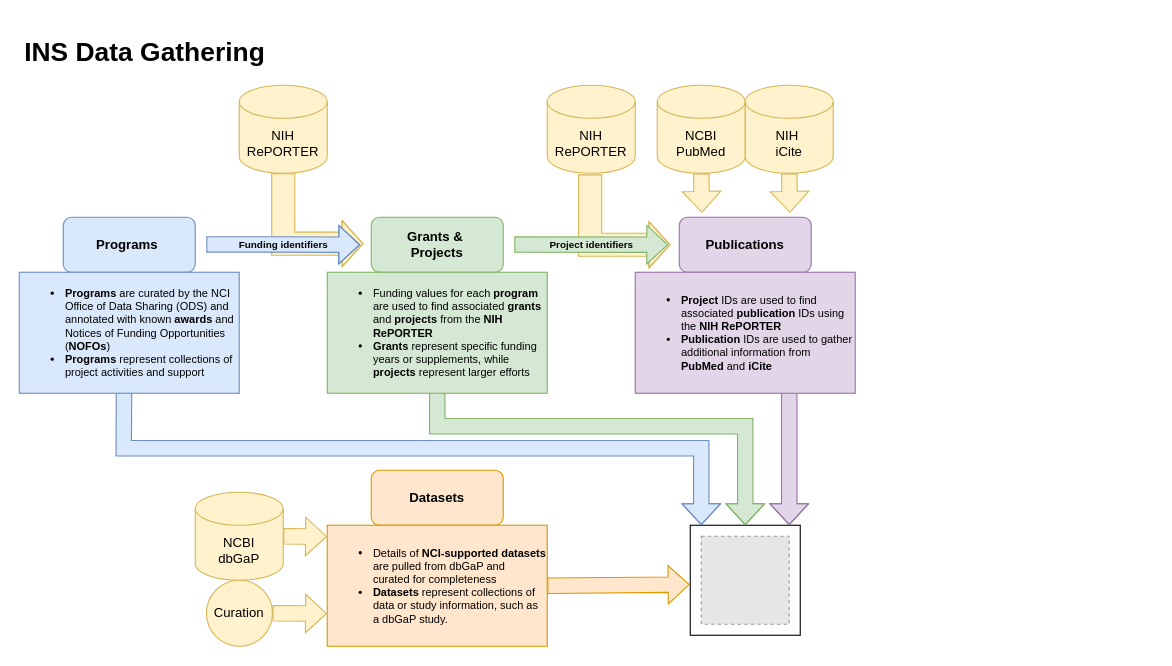
This is images/ins-data-gathering-simple.drawio from CBIIT/INS-Data, a draw.io file, before an edit. Source tidied: cells renumbered, new cells numbered last; positions are measured from the earlier drawing's top-left corner, leaving out a move shared by most shapes. Both pictures are drawn from the tidied source at 110%, with x=0, y=0 at pixel (19, 30). Pictures stored in the file or linked from it are replaced by grey dashed boxes.
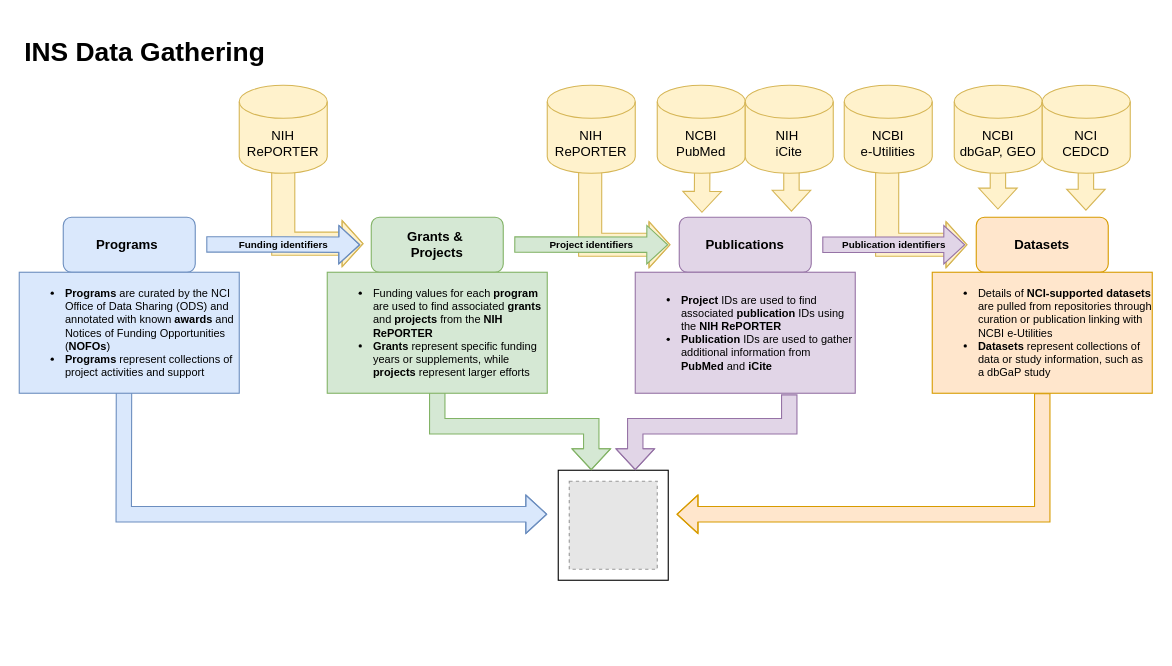
Above is the later version.

Commit message (it also covers changes not shown here):
INS-1403: Update readme diagrams

The change refers to these unchanged cells:
```xml
<mxCell id="6" value="NIH RePORTER" style="shape=cylinder3;whiteSpace=wrap;html=1;boundedLbl=1;backgroundOutline=1;size=15;fillColor=#fff2cc;strokeColor=#d6b656;" parent="1" vertex="1">
  <mxGeometry x="200" y="50" width="80" height="80" as="geometry" />
</mxCell>
<mxCell id="8" value="NIH RePORTER" style="shape=cylinder3;whiteSpace=wrap;html=1;boundedLbl=1;backgroundOutline=1;size=15;fillColor=#fff2cc;strokeColor=#d6b656;" parent="1" vertex="1">
  <mxGeometry x="480" y="50" width="80" height="80" as="geometry" />
</mxCell>
<mxCell id="10" value="Publications" style="rounded=1;whiteSpace=wrap;html=1;fontStyle=1;fillColor=#e1d5e7;strokeColor=#9673a6;" parent="1" vertex="1">
  <mxGeometry x="600" y="170" width="120" height="50" as="geometry" />
</mxCell>
<mxCell id="11" value="NCBI&lt;div&gt;PubMed&lt;/div&gt;" style="shape=cylinder3;whiteSpace=wrap;html=1;boundedLbl=1;backgroundOutline=1;size=15;fillColor=#fff2cc;strokeColor=#d6b656;" parent="1" vertex="1">
  <mxGeometry x="580" y="50" width="80" height="80" as="geometry" />
</mxCell>
<mxCell id="12" value="NIH&amp;nbsp;&lt;div&gt;iCite&lt;/div&gt;" style="shape=cylinder3;whiteSpace=wrap;html=1;boundedLbl=1;backgroundOutline=1;size=15;fillColor=#fff2cc;strokeColor=#d6b656;" parent="1" vertex="1">
  <mxGeometry x="660" y="50" width="80" height="80" as="geometry" />
</mxCell>
<mxCell id="29" value="&lt;ul style=&quot;font-size: 10px;&quot;&gt;&lt;li style=&quot;font-size: 10px;&quot;&gt;&lt;b&gt;Programs&lt;/b&gt;&amp;nbsp;are curated by the NCI Office of Data Sharing (ODS) and annotated with known &lt;b style=&quot;background-color: initial;&quot;&gt;awards &lt;/b&gt;&lt;span style=&quot;background-color: initial;&quot;&gt;and Notices of Funding Opportunities (&lt;/span&gt;&lt;b style=&quot;background-color: initial;&quot;&gt;NOFOs&lt;/b&gt;&lt;span style=&quot;background-color: initial;&quot;&gt;)&lt;/span&gt;&lt;/li&gt;&lt;li style=&quot;font-size: 10px;&quot;&gt;&lt;b&gt;Programs &lt;/b&gt;represent collections of project activities and support&lt;/li&gt;&lt;/ul&gt;" style="rounded=0;whiteSpace=wrap;html=1;align=left;fontSize=10;fillColor=#dae8fc;strokeColor=#6c8ebf;" parent="1" vertex="1">
  <mxGeometry y="220" width="200" height="110" as="geometry" />
</mxCell>
```

The edit, as a diff of the source:
```diff
@@
+    <mxCell id="31" style="shape=flexArrow;endArrow=classic;html=1;rounded=0;width=14;fillColor=#fff2cc;strokeColor=#d6b656;entryX=0.172;entryY=-0.08;entryDx=0;entryDy=0;entryPerimeter=0;" parent="1" edge="1">
+      <mxGeometry relative="1" as="geometry">
+        <mxPoint x="969.7" y="102" as="sourcePoint" />
+        <mxPoint x="969.7" y="164" as="targetPoint" />
+      </mxGeometry>
+    </mxCell>
+    <mxCell id="32" style="shape=flexArrow;endArrow=classic;html=1;rounded=0;width=14;fillColor=#fff2cc;strokeColor=#d6b656;entryX=0.172;entryY=-0.08;entryDx=0;entryDy=0;entryPerimeter=0;" parent="1" edge="1">
+      <mxGeometry relative="1" as="geometry">
+        <mxPoint x="889.7" y="101" as="sourcePoint" />
+        <mxPoint x="889.7" y="163" as="targetPoint" />
+      </mxGeometry>
+    </mxCell>
+    <mxCell id="14" style="shape=flexArrow;endArrow=classic;html=1;rounded=0;width=14;fillColor=#fff2cc;strokeColor=#d6b656;exitX=0.509;exitY=0.625;exitDx=0;exitDy=0;exitPerimeter=0;entryX=0.839;entryY=-0.08;entryDx=0;entryDy=0;entryPerimeter=0;" parent="1" edge="1">
+      <mxGeometry relative="1" as="geometry">
+        <mxPoint x="702" y="99" as="sourcePoint" />
+        <mxPoint x="702" y="165" as="targetPoint" />
+      </mxGeometry>
+    </mxCell>
-    <mxCell id="2" style="shape=flexArrow;endArrow=classic;html=1;rounded=0;width=21;fillColor=#fff2cc;strokeColor=#d6b656;exitX=0.5;exitY=1;exitDx=0;exitDy=0;exitPerimeter=0;" parent="1" edge="1">
+    <mxCell id="2" style="shape=flexArrow;endArrow=classic;html=1;rounded=0;width=21;fillColor=#fff2cc;strokeColor=#d6b656;exitX=0.488;exitY=0.525;exitDx=0;exitDy=0;exitPerimeter=0;" parent="1" edge="1" source="8">
       <mxGeometry relative="1" as="geometry">
-        <mxPoint x="519" y="131" as="sourcePoint" />
         <mxPoint x="592" y="195" as="targetPoint" />
         <Array as="points">
           <mxPoint x="519" y="195" />
         </Array>
       </mxGeometry>
     </mxCell>
-    <mxCell id="3" style="shape=flexArrow;endArrow=classic;html=1;rounded=0;width=21;fillColor=#fff2cc;strokeColor=#d6b656;exitX=0.5;exitY=1;exitDx=0;exitDy=0;exitPerimeter=0;" parent="1" edge="1" source="6">
+    <mxCell id="3" style="shape=flexArrow;endArrow=classic;html=1;rounded=0;width=21;fillColor=#fff2cc;strokeColor=#d6b656;exitX=0.5;exitY=0.6;exitDx=0;exitDy=0;exitPerimeter=0;" parent="1" edge="1" source="6">
       <mxGeometry relative="1" as="geometry">
         <mxPoint x="313" y="194" as="targetPoint" />
         <Array as="points">
           <mxPoint x="240" y="194" />
         </Array>
       </mxGeometry>
     </mxCell>
@@
+    <mxCell id="13" style="shape=flexArrow;endArrow=classic;html=1;rounded=0;width=14;fillColor=#fff2cc;strokeColor=#d6b656;entryX=0.172;entryY=-0.08;entryDx=0;entryDy=0;entryPerimeter=0;" parent="1" edge="1" target="10">
+      <mxGeometry relative="1" as="geometry">
+        <mxPoint x="621" y="104" as="sourcePoint" />
+      </mxGeometry>
+    </mxCell>
@@
-    <mxCell id="13" style="shape=flexArrow;endArrow=classic;html=1;rounded=0;width=14;fillColor=#fff2cc;strokeColor=#d6b656;exitX=0.5;exitY=1;exitDx=0;exitDy=0;exitPerimeter=0;entryX=0.172;entryY=-0.08;entryDx=0;entryDy=0;entryPerimeter=0;" parent="1" edge="1" source="11" target="10">
-      <mxGeometry relative="1" as="geometry" />
-    </mxCell>
-    <mxCell id="14" style="shape=flexArrow;endArrow=classic;html=1;rounded=0;width=14;fillColor=#fff2cc;strokeColor=#d6b656;exitX=0.5;exitY=1;exitDx=0;exitDy=0;exitPerimeter=0;entryX=0.839;entryY=-0.08;entryDx=0;entryDy=0;entryPerimeter=0;" parent="1" edge="1" source="12" target="10">
-      <mxGeometry relative="1" as="geometry" />
-    </mxCell>
@@
     <mxCell id="16" value="&lt;b&gt;Datasets&lt;/b&gt;" style="rounded=1;whiteSpace=wrap;html=1;fillColor=#ffe6cc;strokeColor=#d79b00;" parent="1" vertex="1">
-      <mxGeometry x="320" y="400" width="120" height="50" as="geometry" />
+      <mxGeometry x="870" y="170" width="120" height="50" as="geometry" />
     </mxCell>
-    <mxCell id="17" value="&lt;ul style=&quot;font-size: 10px;&quot;&gt;&lt;li style=&quot;font-size: 10px;&quot;&gt;Details of&amp;nbsp;&lt;b&gt;NCI-supported datasets &lt;/b&gt;are&amp;nbsp;pulled from dbGaP and curated&lt;span style=&quot;background-color: initial;&quot;&gt;&amp;nbsp;for completeness&lt;/span&gt;&lt;/li&gt;&lt;li style=&quot;font-size: 10px;&quot;&gt;&lt;b&gt;Datasets&lt;/b&gt;&amp;nbsp;represent collections of data or study information, such as a dbGaP study.&lt;/li&gt;&lt;/ul&gt;" style="rounded=0;whiteSpace=wrap;html=1;align=left;fontSize=10;fillColor=#ffe6cc;strokeColor=#d79b00;" parent="1" vertex="1">
-      <mxGeometry x="280" y="450" width="200" height="110" as="geometry" />
+    <mxCell id="17" value="&lt;ul style=&quot;font-size: 10px;&quot;&gt;&lt;li style=&quot;font-size: 10px;&quot;&gt;Details of&amp;nbsp;&lt;b&gt;NCI-supported datasets &lt;/b&gt;are&amp;nbsp;pulled from repositories through curation or publication linking with NCBI e-Utilities&lt;/li&gt;&lt;li style=&quot;font-size: 10px;&quot;&gt;&lt;b&gt;Datasets&lt;/b&gt;&amp;nbsp;represent collections of data or study information, such as a dbGaP study&lt;/li&gt;&lt;/ul&gt;" style="rounded=0;whiteSpace=wrap;html=1;align=left;fontSize=10;fillColor=#ffe6cc;strokeColor=#d79b00;" parent="1" vertex="1">
+      <mxGeometry x="830" y="220" width="200" height="110" as="geometry" />
     </mxCell>
-    <mxCell id="18" value="NCBI&lt;div&gt;dbGaP&lt;/div&gt;" style="shape=cylinder3;whiteSpace=wrap;html=1;boundedLbl=1;backgroundOutline=1;size=15;fillColor=#fff2cc;strokeColor=#d6b656;" parent="1" vertex="1">
-      <mxGeometry x="160" y="420" width="80" height="80" as="geometry" />
+    <mxCell id="18" value="NCBI&lt;div&gt;dbGaP, GEO&lt;/div&gt;" style="shape=cylinder3;whiteSpace=wrap;html=1;boundedLbl=1;backgroundOutline=1;size=15;fillColor=#fff2cc;strokeColor=#d6b656;" parent="1" vertex="1">
+      <mxGeometry x="850" y="50" width="80" height="80" as="geometry" />
     </mxCell>
-    <mxCell id="19" style="shape=flexArrow;endArrow=classic;html=1;rounded=0;width=14;fillColor=#fff2cc;strokeColor=#d6b656;exitX=1;exitY=0.5;exitDx=0;exitDy=0;exitPerimeter=0;entryX=-0.001;entryY=0.313;entryDx=0;entryDy=0;entryPerimeter=0;" parent="1" edge="1" source="18">
-      <mxGeometry relative="1" as="geometry">
-        <mxPoint x="279.8" y="460.4" as="targetPoint" />
-      </mxGeometry>
-    </mxCell>
-    <mxCell id="20" value="Curation" style="shape=ellipse;whiteSpace=wrap;html=1;boundedLbl=1;backgroundOutline=1;size=15;fillColor=#fff2cc;strokeColor=#d6b656;perimeter=ellipsePerimeter;" parent="1" vertex="1">
-      <mxGeometry x="170.2" y="500" width="60" height="60" as="geometry" />
-    </mxCell>
-    <mxCell id="21" style="shape=flexArrow;endArrow=classic;html=1;rounded=0;width=14;fillColor=#fff2cc;strokeColor=#d6b656;exitX=1;exitY=0.5;exitDx=0;exitDy=0;exitPerimeter=0;entryX=-0.001;entryY=0.313;entryDx=0;entryDy=0;entryPerimeter=0;" parent="1" edge="1" source="20">
-      <mxGeometry relative="1" as="geometry">
-        <mxPoint x="279.8" y="530.4" as="targetPoint" />
-      </mxGeometry>
-    </mxCell>
     <mxCell id="22" style="rounded=0;whiteSpace=wrap;html=1;" parent="1" vertex="1">
-      <mxGeometry x="610" y="450" width="100" height="100" as="geometry" />
+      <mxGeometry x="490" y="400" width="100" height="100" as="geometry" />
     </mxCell>
     <mxCell id="23" style="fillColor=#E6E6E6;strokeColor=#999999;dashed=1;verticalLabelPosition=bottom;labelBackgroundColor=default;verticalAlign=top;" parent="1" vertex="1">
-      <mxGeometry x="620" y="460" width="80" height="80" as="geometry" />
+      <mxGeometry x="500" y="410" width="80" height="80" as="geometry" />
     </mxCell>
-    <mxCell id="24" style="shape=flexArrow;endArrow=classic;html=1;rounded=0;fontStyle=1;fontSize=9;width=14;fillColor=#dae8fc;strokeColor=#6c8ebf;labelBackgroundColor=none;exitX=0.476;exitY=0.97;exitDx=0;exitDy=0;exitPerimeter=0;entryX=0.1;entryY=0;entryDx=0;entryDy=0;entryPerimeter=0;" parent="1" edge="1" source="29" target="22">
+    <mxCell id="24" style="shape=flexArrow;endArrow=classic;html=1;rounded=0;fontStyle=1;fontSize=9;width=14;fillColor=#dae8fc;strokeColor=#6c8ebf;labelBackgroundColor=none;exitX=0.476;exitY=0.97;exitDx=0;exitDy=0;exitPerimeter=0;" parent="1" edge="1" source="29">
       <mxGeometry relative="1" as="geometry">
+        <mxPoint x="480" y="440" as="targetPoint" />
         <Array as="points">
-          <mxPoint x="95" y="380" />
-          <mxPoint x="620" y="380" />
+          <mxPoint x="95" y="440" />
         </Array>
       </mxGeometry>
     </mxCell>
-    <mxCell id="25" style="shape=flexArrow;endArrow=classic;html=1;rounded=0;fontStyle=1;fontSize=9;width=14;fillColor=#d5e8d4;strokeColor=#82b366;labelBackgroundColor=none;exitX=0.476;exitY=0.97;exitDx=0;exitDy=0;exitPerimeter=0;entryX=0.5;entryY=0;entryDx=0;entryDy=0;" parent="1" edge="1" target="22">
+    <mxCell id="25" style="shape=flexArrow;endArrow=classic;html=1;rounded=0;fontStyle=1;fontSize=9;width=14;fillColor=#d5e8d4;strokeColor=#82b366;labelBackgroundColor=none;exitX=0.476;exitY=0.97;exitDx=0;exitDy=0;exitPerimeter=0;" parent="1" edge="1">
       <mxGeometry relative="1" as="geometry">
         <mxPoint x="380" y="327" as="sourcePoint" />
+        <mxPoint x="520" y="400" as="targetPoint" />
         <Array as="points">
           <mxPoint x="380" y="360" />
-          <mxPoint x="660" y="360" />
+          <mxPoint x="520" y="360" />
         </Array>
       </mxGeometry>
     </mxCell>
-    <mxCell id="26" style="shape=flexArrow;endArrow=classic;html=1;rounded=0;fontStyle=1;fontSize=9;width=14;fillColor=#e1d5e7;strokeColor=#9673a6;labelBackgroundColor=none;entryX=0.5;entryY=0;entryDx=0;entryDy=0;" parent="1" edge="1">
+    <mxCell id="26" style="shape=flexArrow;endArrow=classic;html=1;rounded=0;fontStyle=1;fontSize=9;width=14;fillColor=#e1d5e7;strokeColor=#9673a6;labelBackgroundColor=none;" parent="1" edge="1">
       <mxGeometry relative="1" as="geometry">
-        <mxPoint x="700" y="328" as="sourcePoint" />
-        <mxPoint x="700" y="450" as="targetPoint" />
+        <mxPoint x="700" y="331" as="sourcePoint" />
+        <mxPoint x="560" y="400" as="targetPoint" />
         <Array as="points">
-          <mxPoint x="700" y="370" />
+          <mxPoint x="700" y="360" />
+          <mxPoint x="560" y="360" />
         </Array>
       </mxGeometry>
     </mxCell>
@@
-    <mxCell id="30" style="shape=flexArrow;endArrow=classic;html=1;rounded=0;fontStyle=1;fontSize=9;width=14;fillColor=#ffe6cc;strokeColor=#d79b00;labelBackgroundColor=none;entryX=-0.006;entryY=0.539;entryDx=0;entryDy=0;exitX=1;exitY=0.5;exitDx=0;exitDy=0;entryPerimeter=0;" parent="1" edge="1" source="17" target="22">
-      <mxGeometry relative="1" as="geometry" />
-    </mxCell>
+    <mxCell id="33" style="shape=flexArrow;endArrow=classic;html=1;rounded=0;width=21;fillColor=#fff2cc;strokeColor=#d6b656;exitX=0.488;exitY=0.625;exitDx=0;exitDy=0;exitPerimeter=0;" parent="1" edge="1" source="34">
+      <mxGeometry relative="1" as="geometry">
+        <mxPoint x="862" y="195" as="targetPoint" />
+        <Array as="points">
+          <mxPoint x="789" y="195" />
+        </Array>
+      </mxGeometry>
+    </mxCell>
+    <mxCell id="34" value="NCBI&lt;div&gt;e-Utilities&lt;/div&gt;" style="shape=cylinder3;whiteSpace=wrap;html=1;boundedLbl=1;backgroundOutline=1;size=15;fillColor=#fff2cc;strokeColor=#d6b656;" parent="1" vertex="1">
+      <mxGeometry x="750" y="50" width="80" height="80" as="geometry" />
+    </mxCell>
+    <mxCell id="35" value="Publication identifiers" style="shape=flexArrow;endArrow=classic;html=1;rounded=0;fontStyle=1;fontSize=9;width=14;fillColor=#e1d5e7;strokeColor=#9673a6;labelBackgroundColor=none;" parent="1" edge="1">
+      <mxGeometry relative="1" as="geometry">
+        <mxPoint x="730" y="195" as="sourcePoint" />
+        <mxPoint x="860" y="195" as="targetPoint" />
+      </mxGeometry>
+    </mxCell>
+    <mxCell id="36" value="NCI&lt;div&gt;CEDCD&lt;/div&gt;" style="shape=cylinder3;whiteSpace=wrap;html=1;boundedLbl=1;backgroundOutline=1;size=15;fillColor=#fff2cc;strokeColor=#d6b656;" parent="1" vertex="1">
+      <mxGeometry x="930" y="50" width="80" height="80" as="geometry" />
+    </mxCell>
+    <mxCell id="37" style="shape=flexArrow;endArrow=classic;html=1;rounded=0;fontStyle=1;fontSize=9;width=14;fillColor=#ffe6cc;strokeColor=#d79b00;labelBackgroundColor=none;exitX=0.5;exitY=1;exitDx=0;exitDy=0;" parent="1" edge="1" source="17">
+      <mxGeometry relative="1" as="geometry">
+        <mxPoint x="597.5" y="440" as="targetPoint" />
+        <Array as="points">
+          <mxPoint x="930" y="440" />
+        </Array>
+      </mxGeometry>
+    </mxCell>
```
